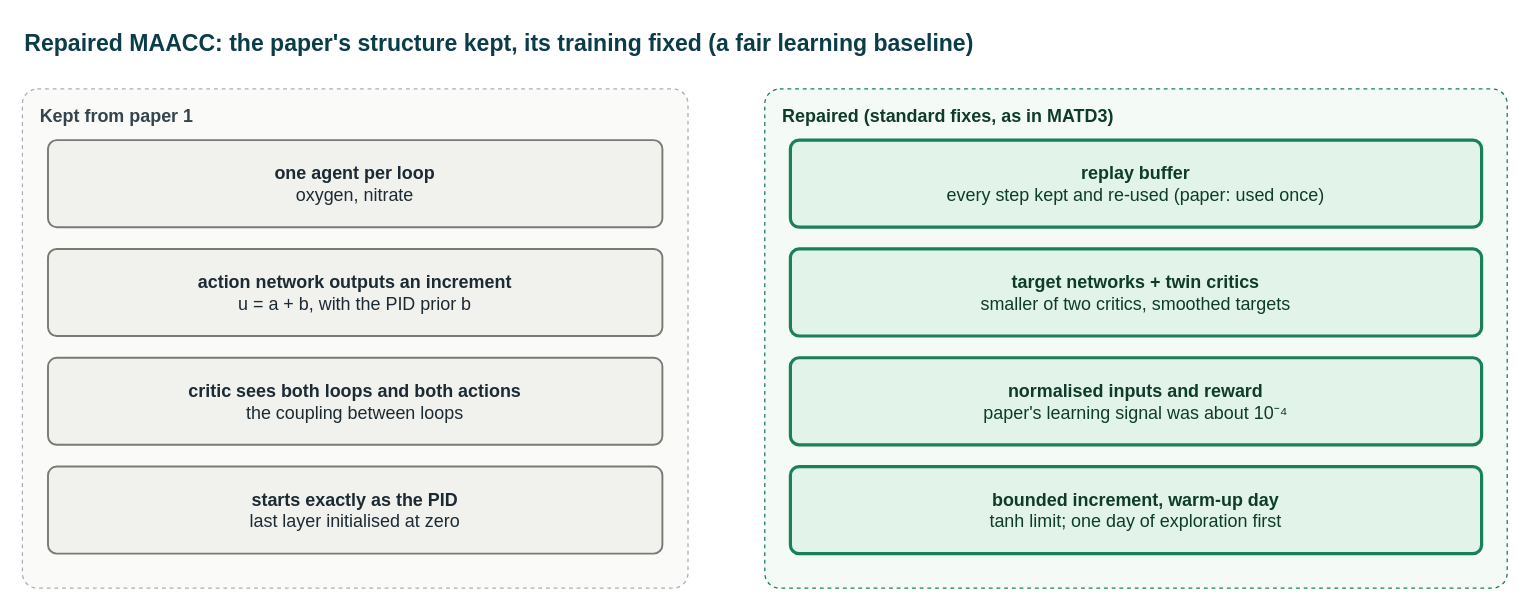
The draw.io diagram docs/diagrams/d4_repaired.drawio in Amritha902/water_resource, before the edit. Source tidied: cells renumbered, new cells numbered last; positions are measured from the earlier drawing's top-left corner, leaving out a move shared by most shapes. Both pictures are drawn from the tidied source at 128%, with x=0, y=0 at pixel (22, 22).
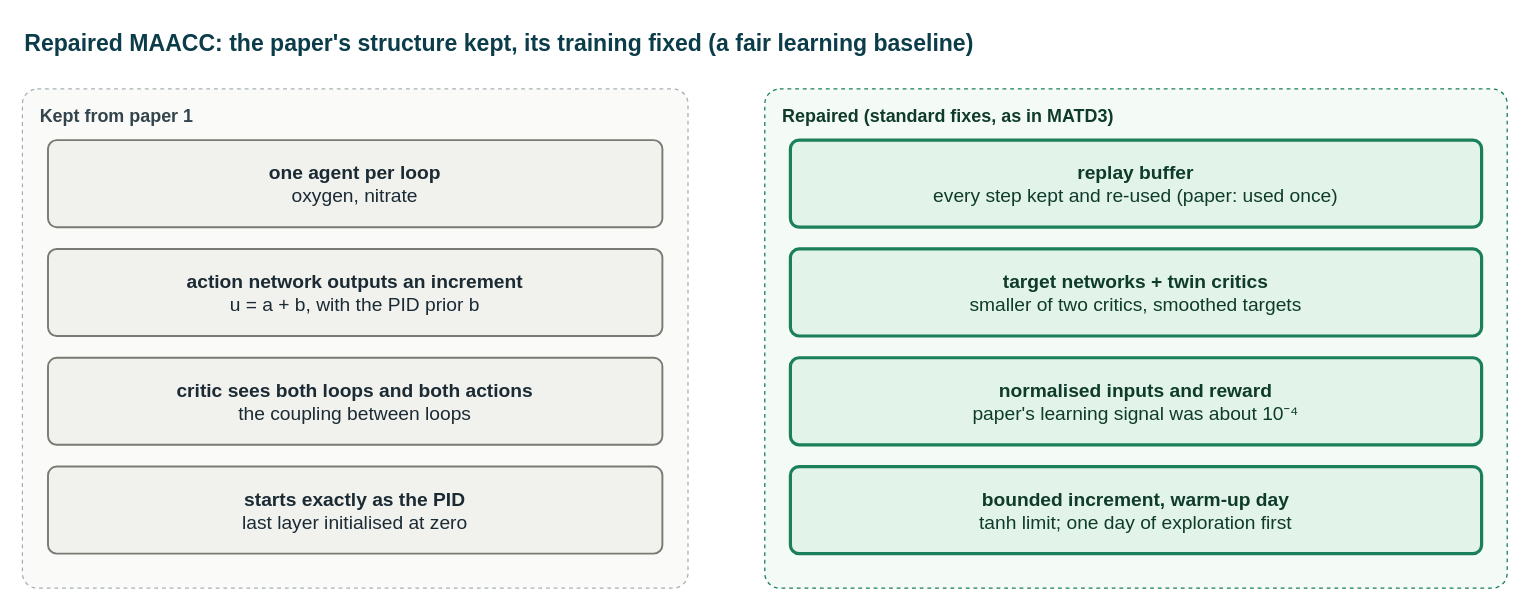
The same page after the edit.

Diff of the diagram source:
```diff
@@
 <mxGraphModel>
   <root>
     <mxCell id="0" />
     <mxCell id="1" parent="0" />
     <mxCell id="2" value="Repaired MAACC: the paper's structure kept, its training fixed (a fair learning baseline)" style="text;html=1;strokeColor=none;fillColor=none;align=left;verticalAlign=middle;whiteSpace=wrap;fontFamily=Helvetica;fontSize=18;fontStyle=1;fontColor=#0B3C49;" parent="1" vertex="1">
       <mxGeometry width="1150" height="34" as="geometry" />
     </mxCell>
     <mxCell id="3" value="Kept from paper 1" style="rounded=1;arcSize=3;whiteSpace=wrap;html=1;fontFamily=Helvetica;fillColor=#FAFAF8;strokeColor=#A7B1B5;dashed=1;verticalAlign=top;align=left;spacingLeft=12;spacingTop=6;fontStyle=1;fontSize=14;fontColor=#33444C;" parent="1" vertex="1">
       <mxGeometry y="52" width="520" height="390" as="geometry" />
     </mxCell>
-    <mxCell id="4" value="&lt;b&gt;one agent per loop&lt;/b&gt;&lt;br&gt;oxygen, nitrate" style="rounded=1;arcSize=10;whiteSpace=wrap;html=1;fontFamily=Helvetica;fontSize=14;fillColor=#F1F1EE;strokeColor=#7A7A74;fontColor=#1B2A33;strokeWidth=1.5;" parent="1" vertex="1">
+    <mxCell id="4" value="&lt;b&gt;one agent per loop&lt;/b&gt;&lt;br&gt;oxygen, nitrate" style="rounded=1;arcSize=10;whiteSpace=wrap;html=1;spacing=8;fontFamily=Helvetica;fontSize=15;fillColor=#F1F1EE;strokeColor=#7A7A74;fontColor=#1B2A33;strokeWidth=1.5;" parent="1" vertex="1">
       <mxGeometry x="20" y="92" width="480" height="68" as="geometry" />
     </mxCell>
-    <mxCell id="5" value="&lt;b&gt;action network outputs an increment&lt;/b&gt;&lt;br&gt;u = a + b, with the PID prior b" style="rounded=1;arcSize=10;whiteSpace=wrap;html=1;fontFamily=Helvetica;fontSize=14;fillColor=#F1F1EE;strokeColor=#7A7A74;fontColor=#1B2A33;strokeWidth=1.5;" parent="1" vertex="1">
+    <mxCell id="5" value="&lt;b&gt;action network outputs an increment&lt;/b&gt;&lt;br&gt;u = a + b, with the PID prior b" style="rounded=1;arcSize=10;whiteSpace=wrap;html=1;spacing=8;fontFamily=Helvetica;fontSize=15;fillColor=#F1F1EE;strokeColor=#7A7A74;fontColor=#1B2A33;strokeWidth=1.5;" parent="1" vertex="1">
       <mxGeometry x="20" y="177" width="480" height="68" as="geometry" />
     </mxCell>
-    <mxCell id="6" value="&lt;b&gt;critic sees both loops and both actions&lt;/b&gt;&lt;br&gt;the coupling between loops" style="rounded=1;arcSize=10;whiteSpace=wrap;html=1;fontFamily=Helvetica;fontSize=14;fillColor=#F1F1EE;strokeColor=#7A7A74;fontColor=#1B2A33;strokeWidth=1.5;" parent="1" vertex="1">
+    <mxCell id="6" value="&lt;b&gt;critic sees both loops and both actions&lt;/b&gt;&lt;br&gt;the coupling between loops" style="rounded=1;arcSize=10;whiteSpace=wrap;html=1;spacing=8;fontFamily=Helvetica;fontSize=15;fillColor=#F1F1EE;strokeColor=#7A7A74;fontColor=#1B2A33;strokeWidth=1.5;" parent="1" vertex="1">
       <mxGeometry x="20" y="262" width="480" height="68" as="geometry" />
     </mxCell>
-    <mxCell id="7" value="&lt;b&gt;starts exactly as the PID&lt;/b&gt;&lt;br&gt;last layer initialised at zero" style="rounded=1;arcSize=10;whiteSpace=wrap;html=1;fontFamily=Helvetica;fontSize=14;fillColor=#F1F1EE;strokeColor=#7A7A74;fontColor=#1B2A33;strokeWidth=1.5;" parent="1" vertex="1">
+    <mxCell id="7" value="&lt;b&gt;starts exactly as the PID&lt;/b&gt;&lt;br&gt;last layer initialised at zero" style="rounded=1;arcSize=10;whiteSpace=wrap;html=1;spacing=8;fontFamily=Helvetica;fontSize=15;fillColor=#F1F1EE;strokeColor=#7A7A74;fontColor=#1B2A33;strokeWidth=1.5;" parent="1" vertex="1">
       <mxGeometry x="20" y="347" width="480" height="68" as="geometry" />
     </mxCell>
     <mxCell id="8" value="Repaired (standard fixes, as in MATD3)" style="rounded=1;arcSize=3;whiteSpace=wrap;html=1;fontFamily=Helvetica;fillColor=#F4FBF7;strokeColor=#1B7F5A;dashed=1;verticalAlign=top;align=left;spacingLeft=12;spacingTop=6;fontStyle=1;fontSize=14;fontColor=#0E3B2A;" parent="1" vertex="1">
       <mxGeometry x="580" y="52" width="580" height="390" as="geometry" />
     </mxCell>
-    <mxCell id="9" value="&lt;b&gt;replay buffer&lt;/b&gt;&lt;br&gt;every step kept and re-used (paper: used once)" style="rounded=1;arcSize=10;whiteSpace=wrap;html=1;fontFamily=Helvetica;fontSize=14;fillColor=#E2F3EA;strokeColor=#1B7F5A;fontColor=#0E3B2A;strokeWidth=2.5;" parent="1" vertex="1">
+    <mxCell id="9" value="&lt;b&gt;replay buffer&lt;/b&gt;&lt;br&gt;every step kept and re-used (paper: used once)" style="rounded=1;arcSize=10;whiteSpace=wrap;html=1;spacing=8;fontFamily=Helvetica;fontSize=15;fillColor=#E2F3EA;strokeColor=#1B7F5A;fontColor=#0E3B2A;strokeWidth=2.5;" parent="1" vertex="1">
       <mxGeometry x="600" y="92" width="540" height="68" as="geometry" />
     </mxCell>
-    <mxCell id="10" value="&lt;b&gt;target networks + twin critics&lt;/b&gt;&lt;br&gt;smaller of two critics, smoothed targets" style="rounded=1;arcSize=10;whiteSpace=wrap;html=1;fontFamily=Helvetica;fontSize=14;fillColor=#E2F3EA;strokeColor=#1B7F5A;fontColor=#0E3B2A;strokeWidth=2.5;" parent="1" vertex="1">
+    <mxCell id="10" value="&lt;b&gt;target networks + twin critics&lt;/b&gt;&lt;br&gt;smaller of two critics, smoothed targets" style="rounded=1;arcSize=10;whiteSpace=wrap;html=1;spacing=8;fontFamily=Helvetica;fontSize=15;fillColor=#E2F3EA;strokeColor=#1B7F5A;fontColor=#0E3B2A;strokeWidth=2.5;" parent="1" vertex="1">
       <mxGeometry x="600" y="177" width="540" height="68" as="geometry" />
     </mxCell>
-    <mxCell id="11" value="&lt;b&gt;normalised inputs and reward&lt;/b&gt;&lt;br&gt;paper's learning signal was about 10⁻⁴" style="rounded=1;arcSize=10;whiteSpace=wrap;html=1;fontFamily=Helvetica;fontSize=14;fillColor=#E2F3EA;strokeColor=#1B7F5A;fontColor=#0E3B2A;strokeWidth=2.5;" parent="1" vertex="1">
+    <mxCell id="11" value="&lt;b&gt;normalised inputs and reward&lt;/b&gt;&lt;br&gt;paper's learning signal was about 10⁻⁴" style="rounded=1;arcSize=10;whiteSpace=wrap;html=1;spacing=8;fontFamily=Helvetica;fontSize=15;fillColor=#E2F3EA;strokeColor=#1B7F5A;fontColor=#0E3B2A;strokeWidth=2.5;" parent="1" vertex="1">
       <mxGeometry x="600" y="262" width="540" height="68" as="geometry" />
     </mxCell>
-    <mxCell id="12" value="&lt;b&gt;bounded increment, warm-up day&lt;/b&gt;&lt;br&gt;tanh limit; one day of exploration first" style="rounded=1;arcSize=10;whiteSpace=wrap;html=1;fontFamily=Helvetica;fontSize=14;fillColor=#E2F3EA;strokeColor=#1B7F5A;fontColor=#0E3B2A;strokeWidth=2.5;" parent="1" vertex="1">
+    <mxCell id="12" value="&lt;b&gt;bounded increment, warm-up day&lt;/b&gt;&lt;br&gt;tanh limit; one day of exploration first" style="rounded=1;arcSize=10;whiteSpace=wrap;html=1;spacing=8;fontFamily=Helvetica;fontSize=15;fillColor=#E2F3EA;strokeColor=#1B7F5A;fontColor=#0E3B2A;strokeWidth=2.5;" parent="1" vertex="1">
       <mxGeometry x="600" y="347" width="540" height="68" as="geometry" />
     </mxCell>
   </root>
 </mxGraphModel>
```
